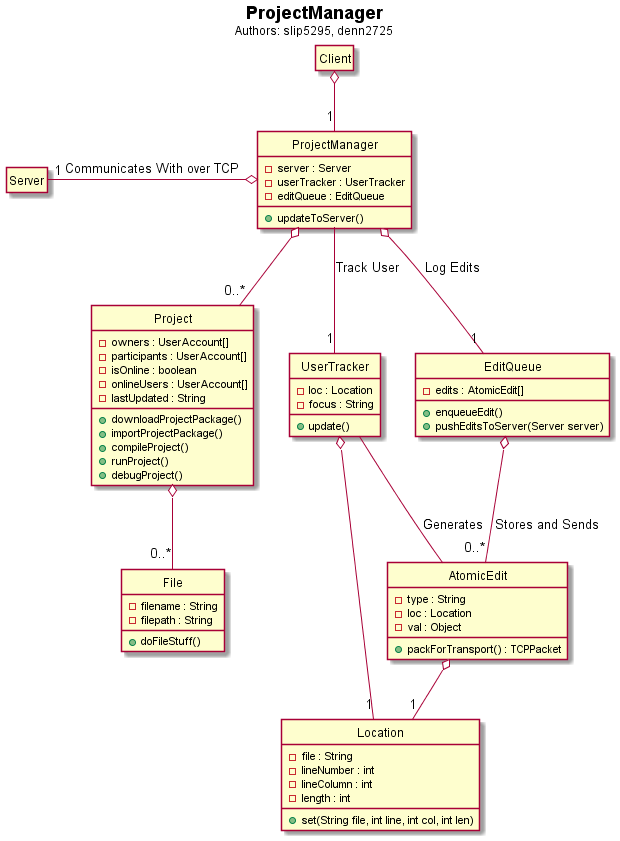
Before: hw3/Client/client_project.png, a diagram exported from PlantUML (voxelv/sQuire_kw).
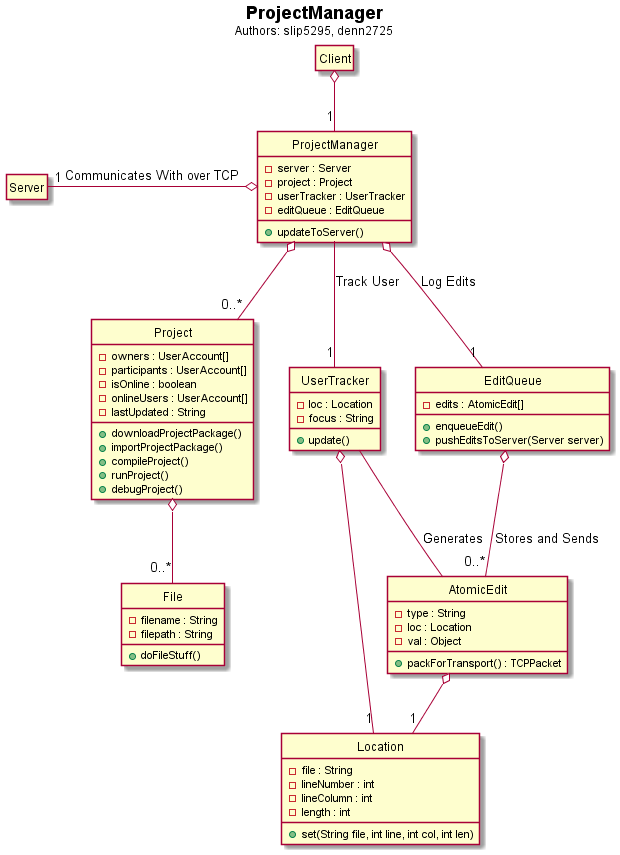
After the commit.

Diff of the diagram source:
```diff
@@ -8,6 +8,7 @@
 
 class "ProjectManager" as sq_projmgr {
     -server : Server
+    -project : Project
     -userTracker : UserTracker
     -editQueue : EditQueue
     +updateToServer()
```
